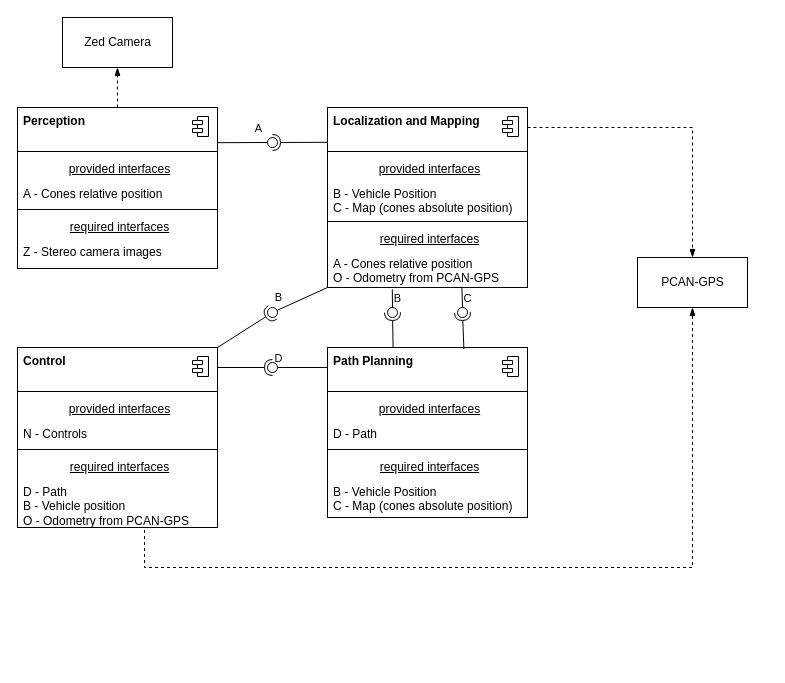
Above: docs/assets/architecure-tentative.drawio in fs-feup/autonomous-systems (draw.io), before the change. Source tidied: cells renumbered, new cells numbered last; positions are measured from the earlier drawing's top-left corner, leaving out a move shared by most shapes. Both pictures are drawn from the tidied source at 100%, with x=0, y=0 at pixel (17, 17).
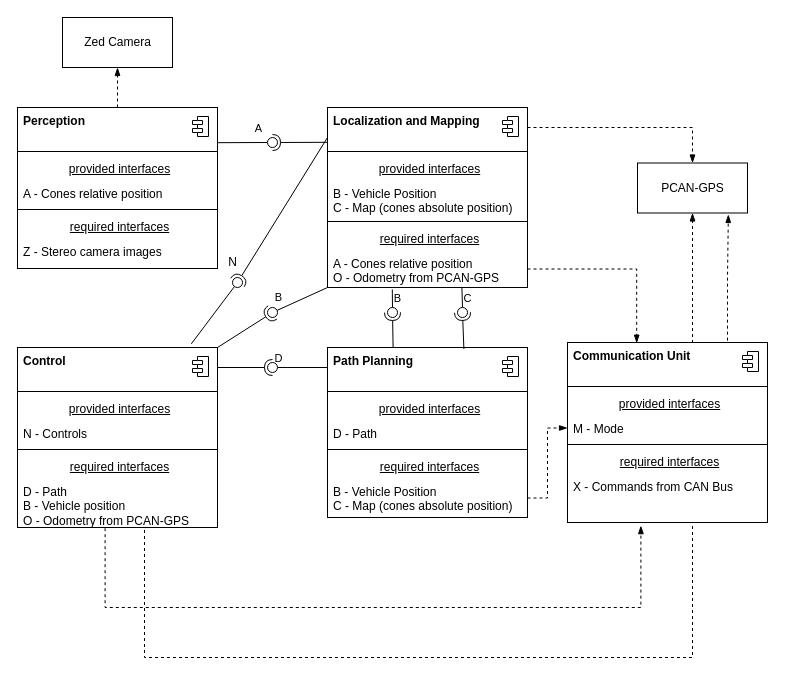
After the change.

Unchanged cells that the change refers to:
```xml
<mxCell id="12" value="&lt;b&gt;Localization and Mapping&lt;/b&gt;" style="html=1;align=left;spacingLeft=4;verticalAlign=top;strokeColor=none;fillColor=none;" parent="11" vertex="1">
  <mxGeometry width="200" height="40" as="geometry" />
</mxCell>
<mxCell id="19" value="A - Cones relative position&lt;br&gt;O - Odometry from PCAN-GPS" style="html=1;align=left;spacingLeft=4;verticalAlign=top;strokeColor=none;fillColor=none;" parent="11" vertex="1">
  <mxGeometry y="143" width="200" height="37" as="geometry" />
</mxCell>
<mxCell id="21" value="&lt;b&gt;Control&lt;/b&gt;" style="html=1;align=left;spacingLeft=4;verticalAlign=top;strokeColor=none;fillColor=none;" parent="20" vertex="1">
  <mxGeometry width="200" height="40" as="geometry" />
</mxCell>
<mxCell id="28" value="D - Path&amp;nbsp;&lt;br&gt;B - Vehicle position&lt;br&gt;O - Odometry from PCAN-GPS" style="html=1;align=left;spacingLeft=4;verticalAlign=top;strokeColor=none;fillColor=none;" parent="20" vertex="1">
  <mxGeometry y="131" width="200" height="49" as="geometry" />
</mxCell>
<mxCell id="37" value="B - Vehicle Position&lt;br&gt;C - Map (cones absolute position)" style="html=1;align=left;spacingLeft=4;verticalAlign=top;strokeColor=none;fillColor=none;" parent="29" vertex="1">
  <mxGeometry y="131" width="200" height="39" as="geometry" />
</mxCell>
```

Change to the diagram source:
```diff
@@
     <mxCell id="39" value="PCAN-GPS" style="html=1;" parent="1" vertex="1">
-      <mxGeometry x="620" y="240" width="110" height="50" as="geometry" />
+      <mxGeometry x="620" y="145.5" width="110" height="50" as="geometry" />
     </mxCell>
@@
     <mxCell id="62" style="edgeStyle=orthogonalEdgeStyle;rounded=0;jettySize=auto;html=1;entryX=0.5;entryY=1;entryDx=0;entryDy=0;endArrow=blockThin;endFill=1;dashed=1;exitX=0.635;exitY=1.051;exitDx=0;exitDy=0;exitPerimeter=0;" parent="1" edge="1" source="28" target="39">
       <mxGeometry relative="1" as="geometry">
         <Array as="points">
-          <mxPoint x="127" y="550" />
-          <mxPoint x="675" y="550" />
+          <mxPoint x="127" y="640" />
+          <mxPoint x="675" y="640" />
         </Array>
       </mxGeometry>
     </mxCell>
+    <mxCell id="63" style="rounded=0;jettySize=auto;html=1;endArrow=none;endFill=0;sketch=0;sourcePerimeterSpacing=0;targetPerimeterSpacing=0;exitX=0.869;exitY=-0.091;exitDx=0;exitDy=0;exitPerimeter=0;" parent="1" edge="1" source="21" target="65">
+      <mxGeometry relative="1" as="geometry" />
+    </mxCell>
+    <mxCell id="64" style="rounded=0;jettySize=auto;html=1;endArrow=halfCircle;endFill=0;entryX=0.5;entryY=0.5;endSize=6;strokeWidth=1;sketch=0;exitX=0;exitY=0.75;exitDx=0;exitDy=0;" parent="1" edge="1" source="12" target="65">
+      <mxGeometry relative="1" as="geometry" />
+    </mxCell>
+    <mxCell id="65" style="ellipse;whiteSpace=wrap;html=1;align=center;points=[];outlineConnect=0;sketch=0;" parent="1" vertex="1">
+      <mxGeometry x="215" y="260" width="10" height="10" as="geometry" />
+    </mxCell>
+    <mxCell id="66" value="N" style="text;html=1;align=center;verticalAlign=middle;strokeColor=none;fillColor=none;" parent="1" vertex="1">
+      <mxGeometry x="200" y="230" width="30" height="30" as="geometry" />
+    </mxCell>
+    <mxCell id="67" style="fontStyle=1;align=center;verticalAlign=top;horizontal=1;" parent="1" vertex="1">
+      <mxGeometry x="550" y="325" width="200" height="180" as="geometry" />
+    </mxCell>
+    <mxCell id="68" value="&lt;b&gt;Communication Unit&lt;/b&gt;" style="html=1;align=left;spacingLeft=4;verticalAlign=top;strokeColor=none;fillColor=none;" parent="67" vertex="1">
+      <mxGeometry width="200" height="40" as="geometry" />
+    </mxCell>
+    <mxCell id="69" style="shape=module;jettyWidth=10;jettyHeight=4;" parent="68" vertex="1">
+      <mxGeometry x="1" width="16" height="20" relative="1" as="geometry">
+        <mxPoint x="-25" y="9" as="offset" />
+      </mxGeometry>
+    </mxCell>
+    <mxCell id="70" style="line;strokeWidth=1;fillColor=none;align=left;verticalAlign=middle;spacingTop=-1;spacingLeft=3;spacingRight=3;labelPosition=right;" parent="67" vertex="1">
+      <mxGeometry y="40" width="200" height="8" as="geometry" />
+    </mxCell>
+    <mxCell id="71" value="&lt;u&gt;provided interfaces&lt;/u&gt;" style="html=1;align=center;spacingLeft=4;verticalAlign=top;strokeColor=none;fillColor=none;" parent="67" vertex="1">
+      <mxGeometry y="48" width="200" height="25" as="geometry" />
+    </mxCell>
+    <mxCell id="72" value="M - Mode" style="html=1;align=left;spacingLeft=4;verticalAlign=top;strokeColor=none;fillColor=none;" parent="67" vertex="1">
+      <mxGeometry y="73" width="200" height="25" as="geometry" />
+    </mxCell>
+    <mxCell id="73" style="line;strokeWidth=1;fillColor=none;align=left;verticalAlign=middle;spacingTop=-1;spacingLeft=3;spacingRight=3;labelPosition=right;" parent="67" vertex="1">
+      <mxGeometry y="98" width="200" height="8" as="geometry" />
+    </mxCell>
+    <mxCell id="74" value="&lt;u&gt;required interfaces&lt;/u&gt;" style="html=1;align=center;spacingLeft=4;verticalAlign=top;strokeColor=none;fillColor=none;" parent="67" vertex="1">
+      <mxGeometry y="106" width="200" height="25" as="geometry" />
+    </mxCell>
+    <mxCell id="75" value="X - Commands from CAN Bus" style="html=1;align=left;spacingLeft=4;verticalAlign=top;strokeColor=none;fillColor=none;" parent="67" vertex="1">
+      <mxGeometry y="131" width="200" height="49" as="geometry" />
+    </mxCell>
+    <mxCell id="76" style="edgeStyle=orthogonalEdgeStyle;rounded=0;jettySize=auto;html=1;entryX=0.826;entryY=1.03;entryDx=0;entryDy=0;entryPerimeter=0;dashed=1;endArrow=blockThin;endFill=1;exitX=0.8;exitY=-0.046;exitDx=0;exitDy=0;exitPerimeter=0;" parent="1" edge="1" source="68" target="39">
+      <mxGeometry relative="1" as="geometry" />
+    </mxCell>
+    <mxCell id="77" style="edgeStyle=orthogonalEdgeStyle;rounded=0;jettySize=auto;html=1;entryX=0.367;entryY=1.065;entryDx=0;entryDy=0;entryPerimeter=0;dashed=1;endArrow=blockThin;endFill=1;exitX=0.438;exitY=1.014;exitDx=0;exitDy=0;exitPerimeter=0;" parent="1" edge="1" source="28" target="75">
+      <mxGeometry relative="1" as="geometry">
+        <Array as="points">
+          <mxPoint x="88" y="590" />
+          <mxPoint x="623" y="590" />
+        </Array>
+      </mxGeometry>
+    </mxCell>
+    <mxCell id="78" style="edgeStyle=orthogonalEdgeStyle;rounded=0;jettySize=auto;html=1;entryX=0;entryY=0.5;entryDx=0;entryDy=0;dashed=1;endArrow=blockThin;endFill=1;" parent="1" edge="1" source="37" target="72">
+      <mxGeometry relative="1" as="geometry" />
+    </mxCell>
+    <mxCell id="79" style="edgeStyle=orthogonalEdgeStyle;rounded=0;jettySize=auto;html=1;entryX=0.346;entryY=0.017;entryDx=0;entryDy=0;entryPerimeter=0;dashed=1;endArrow=blockThin;endFill=1;" parent="1" edge="1" source="19" target="68">
+      <mxGeometry relative="1" as="geometry" />
+    </mxCell>
```
